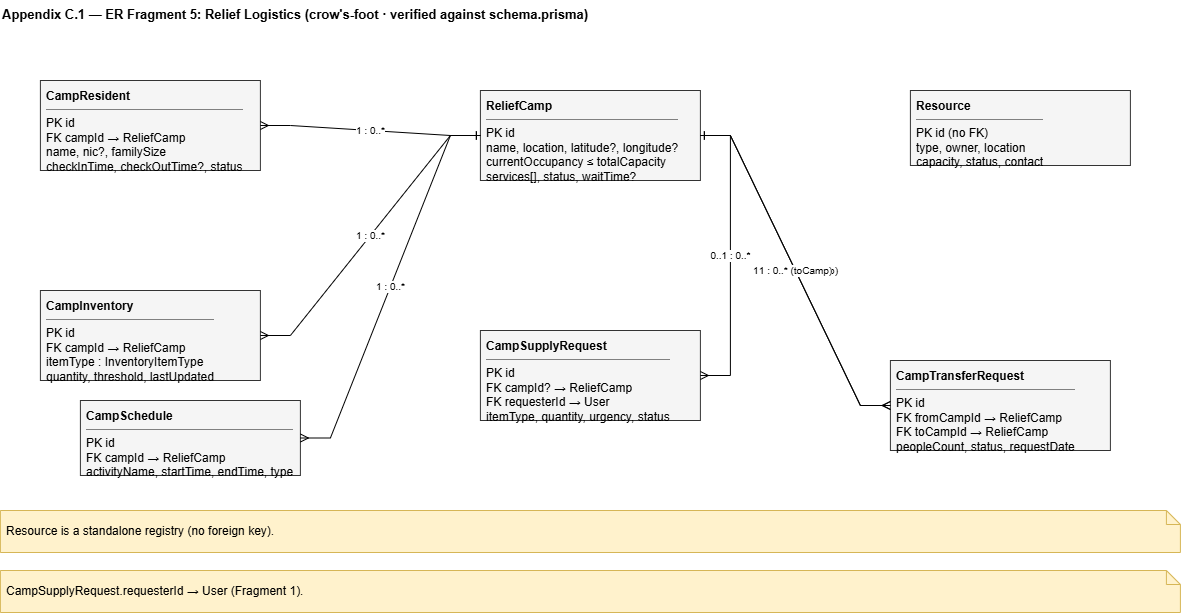
This is research-report-source/diagrams/pngs/Appendix_C.1_ER_Fragment_05_Relief_Logistics.drawio.png from DeshanDV1003/Suraksha---Web-App, a draw.io export, as it was before one commit. Source tidied: cells renumbered, new cells last; positions are measured from the earlier drawing's top-left corner, leaving out a move shared by most shapes.
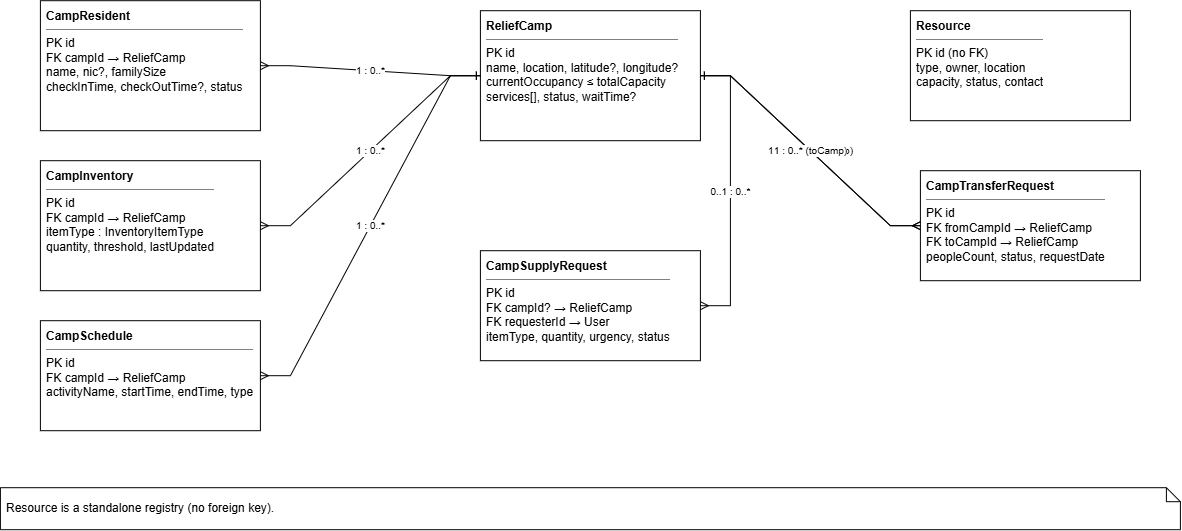
Above is the later version.

What changed in the source:
```diff
@@ -2,29 +2,26 @@
   <root>
     <mxCell id="0" />
     <mxCell id="1" parent="0" />
-    <mxCell id="2" value="Appendix C.1 — ER Fragment 5: Relief Logistics   (crow's-foot · verified against schema.prisma)" style="text;html=1;fontStyle=1;fontSize=13;align=left;" parent="1" vertex="1">
-      <mxGeometry width="1180" height="24" as="geometry" />
-    </mxCell>
-    <mxCell id="3" value="&lt;b&gt;ReliefCamp&lt;/b&gt;&lt;hr size=&quot;1&quot; noshade&gt;PK id&lt;br&gt;name, location, latitude?, longitude?&lt;br&gt;currentOccupancy ≤ totalCapacity&lt;br&gt;services[], status, waitTime?" style="rounded=0;whiteSpace=wrap;html=1;fillColor=#f5f5f5;strokeColor=#333333;align=left;verticalAlign=top;spacingLeft=4;spacingTop=2;overflow=hidden;" parent="1" vertex="1">
-      <mxGeometry x="480" y="90" width="220" height="90" as="geometry" />
+    <mxCell id="3" value="&lt;b&gt;ReliefCamp&lt;/b&gt;&lt;hr size=&quot;1&quot; noshade&gt;PK id&lt;br&gt;name, location, latitude?, longitude?&lt;br&gt;currentOccupancy ≤ totalCapacity&lt;br&gt;services[], status, waitTime?" style="rounded=0;whiteSpace=wrap;html=1;align=left;verticalAlign=top;spacingLeft=4;spacingTop=2;overflow=hidden;" parent="1" vertex="1">
+      <mxGeometry x="480" y="90" width="220" height="130" as="geometry" />
     </mxCell>
-    <mxCell id="4" value="&lt;b&gt;CampResident&lt;/b&gt;&lt;hr size=&quot;1&quot; noshade&gt;PK id&lt;br&gt;FK campId  → ReliefCamp&lt;br&gt;name, nic?, familySize&lt;br&gt;checkInTime, checkOutTime?, status" style="rounded=0;whiteSpace=wrap;html=1;fillColor=#f5f5f5;strokeColor=#333333;align=left;verticalAlign=top;spacingLeft=4;spacingTop=2;overflow=hidden;" parent="1" vertex="1">
-      <mxGeometry x="40" y="80" width="220" height="90" as="geometry" />
+    <mxCell id="4" value="&lt;b&gt;CampResident&lt;/b&gt;&lt;hr size=&quot;1&quot; noshade&gt;PK id&lt;br&gt;FK campId  → ReliefCamp&lt;br&gt;name, nic?, familySize&lt;br&gt;checkInTime, checkOutTime?, status" style="rounded=0;whiteSpace=wrap;html=1;align=left;verticalAlign=top;spacingLeft=4;spacingTop=2;overflow=hidden;" parent="1" vertex="1">
+      <mxGeometry x="40" y="80" width="220" height="130" as="geometry" />
     </mxCell>
-    <mxCell id="5" value="&lt;b&gt;CampInventory&lt;/b&gt;&lt;hr size=&quot;1&quot; noshade&gt;PK id&lt;br&gt;FK campId  → ReliefCamp&lt;br&gt;itemType : InventoryItemType&lt;br&gt;quantity, threshold, lastUpdated" style="rounded=0;whiteSpace=wrap;html=1;fillColor=#f5f5f5;strokeColor=#333333;align=left;verticalAlign=top;spacingLeft=4;spacingTop=2;overflow=hidden;" parent="1" vertex="1">
-      <mxGeometry x="40" y="290" width="220" height="90" as="geometry" />
+    <mxCell id="5" value="&lt;b&gt;CampInventory&lt;/b&gt;&lt;hr size=&quot;1&quot; noshade&gt;PK id&lt;br&gt;FK campId  → ReliefCamp&lt;br&gt;itemType : InventoryItemType&lt;br&gt;quantity, threshold, lastUpdated" style="rounded=0;whiteSpace=wrap;html=1;align=left;verticalAlign=top;spacingLeft=4;spacingTop=2;overflow=hidden;" parent="1" vertex="1">
+      <mxGeometry x="40" y="240" width="220" height="130" as="geometry" />
     </mxCell>
-    <mxCell id="6" value="&lt;b&gt;CampSchedule&lt;/b&gt;&lt;hr size=&quot;1&quot; noshade&gt;PK id&lt;br&gt;FK campId  → ReliefCamp&lt;br&gt;activityName, startTime, endTime, type" style="rounded=0;whiteSpace=wrap;html=1;fillColor=#f5f5f5;strokeColor=#333333;align=left;verticalAlign=top;spacingLeft=4;spacingTop=2;overflow=hidden;" parent="1" vertex="1">
-      <mxGeometry x="80" y="400" width="220" height="75" as="geometry" />
+    <mxCell id="6" value="&lt;b&gt;CampSchedule&lt;/b&gt;&lt;hr size=&quot;1&quot; noshade&gt;PK id&lt;br&gt;FK campId  → ReliefCamp&lt;br&gt;activityName, startTime, endTime, type" style="rounded=0;whiteSpace=wrap;html=1;align=left;verticalAlign=top;spacingLeft=4;spacingTop=2;overflow=hidden;" parent="1" vertex="1">
+      <mxGeometry x="40" y="400" width="220" height="110" as="geometry" />
     </mxCell>
-    <mxCell id="7" value="&lt;b&gt;CampSupplyRequest&lt;/b&gt;&lt;hr size=&quot;1&quot; noshade&gt;PK id&lt;br&gt;FK campId?  → ReliefCamp&lt;br&gt;FK requesterId  → User&lt;br&gt;itemType, quantity, urgency, status" style="rounded=0;whiteSpace=wrap;html=1;fillColor=#f5f5f5;strokeColor=#333333;align=left;verticalAlign=top;spacingLeft=4;spacingTop=2;overflow=hidden;" parent="1" vertex="1">
-      <mxGeometry x="480" y="330" width="220" height="90" as="geometry" />
+    <mxCell id="7" value="&lt;b&gt;CampSupplyRequest&lt;/b&gt;&lt;hr size=&quot;1&quot; noshade&gt;PK id&lt;br&gt;FK campId?  → ReliefCamp&lt;br&gt;FK requesterId  → User&lt;br&gt;itemType, quantity, urgency, status" style="rounded=0;whiteSpace=wrap;html=1;align=left;verticalAlign=top;spacingLeft=4;spacingTop=2;overflow=hidden;" parent="1" vertex="1">
+      <mxGeometry x="480" y="330" width="220" height="110" as="geometry" />
     </mxCell>
-    <mxCell id="8" value="&lt;b&gt;CampTransferRequest&lt;/b&gt;&lt;hr size=&quot;1&quot; noshade&gt;PK id&lt;br&gt;FK fromCampId  → ReliefCamp&lt;br&gt;FK toCampId  → ReliefCamp&lt;br&gt;peopleCount, status, requestDate" style="rounded=0;whiteSpace=wrap;html=1;fillColor=#f5f5f5;strokeColor=#333333;align=left;verticalAlign=top;spacingLeft=4;spacingTop=2;overflow=hidden;" parent="1" vertex="1">
-      <mxGeometry x="890" y="360" width="220" height="90" as="geometry" />
+    <mxCell id="8" value="&lt;b&gt;CampTransferRequest&lt;/b&gt;&lt;hr size=&quot;1&quot; noshade&gt;PK id&lt;br&gt;FK fromCampId  → ReliefCamp&lt;br&gt;FK toCampId  → ReliefCamp&lt;br&gt;peopleCount, status, requestDate" style="rounded=0;whiteSpace=wrap;html=1;align=left;verticalAlign=top;spacingLeft=4;spacingTop=2;overflow=hidden;" parent="1" vertex="1">
+      <mxGeometry x="920" y="250" width="220" height="110" as="geometry" />
     </mxCell>
-    <mxCell id="9" value="&lt;b&gt;Resource&lt;/b&gt;&lt;hr size=&quot;1&quot; noshade&gt;PK id  (no FK)&lt;br&gt;type, owner, location&lt;br&gt;capacity, status, contact" style="rounded=0;whiteSpace=wrap;html=1;fillColor=#f5f5f5;strokeColor=#333333;align=left;verticalAlign=top;spacingLeft=4;spacingTop=2;overflow=hidden;" parent="1" vertex="1">
-      <mxGeometry x="910" y="90" width="220" height="75" as="geometry" />
+    <mxCell id="9" value="&lt;b&gt;Resource&lt;/b&gt;&lt;hr size=&quot;1&quot; noshade&gt;PK id  (no FK)&lt;br&gt;type, owner, location&lt;br&gt;capacity, status, contact" style="rounded=0;whiteSpace=wrap;html=1;align=left;verticalAlign=top;spacingLeft=4;spacingTop=2;overflow=hidden;" parent="1" vertex="1">
+      <mxGeometry x="910" y="90" width="220" height="110" as="geometry" />
     </mxCell>
     <mxCell id="10" value="1 : 0..*" style="edgeStyle=entityRelationEdgeStyle;rounded=0;html=1;fontSize=10;startArrow=ERone;endArrow=ERmany;startFill=0;endFill=0;" parent="1" edge="1" source="3" target="4">
       <mxGeometry relative="1" as="geometry" />
@@ -44,11 +41,8 @@
     <mxCell id="15" value="1 : 0..*  (toCamp)" style="edgeStyle=entityRelationEdgeStyle;rounded=0;html=1;fontSize=10;startArrow=ERone;endArrow=ERmany;startFill=0;endFill=0;" parent="1" edge="1" source="3" target="8">
       <mxGeometry relative="1" as="geometry" />
     </mxCell>
-    <mxCell id="16" value="Resource is a standalone registry (no foreign key)." style="shape=note;whiteSpace=wrap;html=1;fillColor=#fff2cc;strokeColor=#d6b656;size=14;align=left;spacingLeft=4;" parent="1" vertex="1">
-      <mxGeometry y="510" width="1180" height="42" as="geometry" />
+    <mxCell id="16" value="Resource is a standalone registry (no foreign key)." style="shape=note;whiteSpace=wrap;html=1;size=14;align=left;spacingLeft=4;" parent="1" vertex="1">
+      <mxGeometry y="567" width="1180" height="42" as="geometry" />
     </mxCell>
-    <mxCell id="17" value="CampSupplyRequest.requesterId → User (Fragment 1)." style="shape=note;whiteSpace=wrap;html=1;fillColor=#fff2cc;strokeColor=#d6b656;size=14;align=left;spacingLeft=4;" parent="1" vertex="1">
-      <mxGeometry y="570" width="1180" height="42" as="geometry" />
-    </mxCell>
   </root>
 </mxGraphModel>
```
